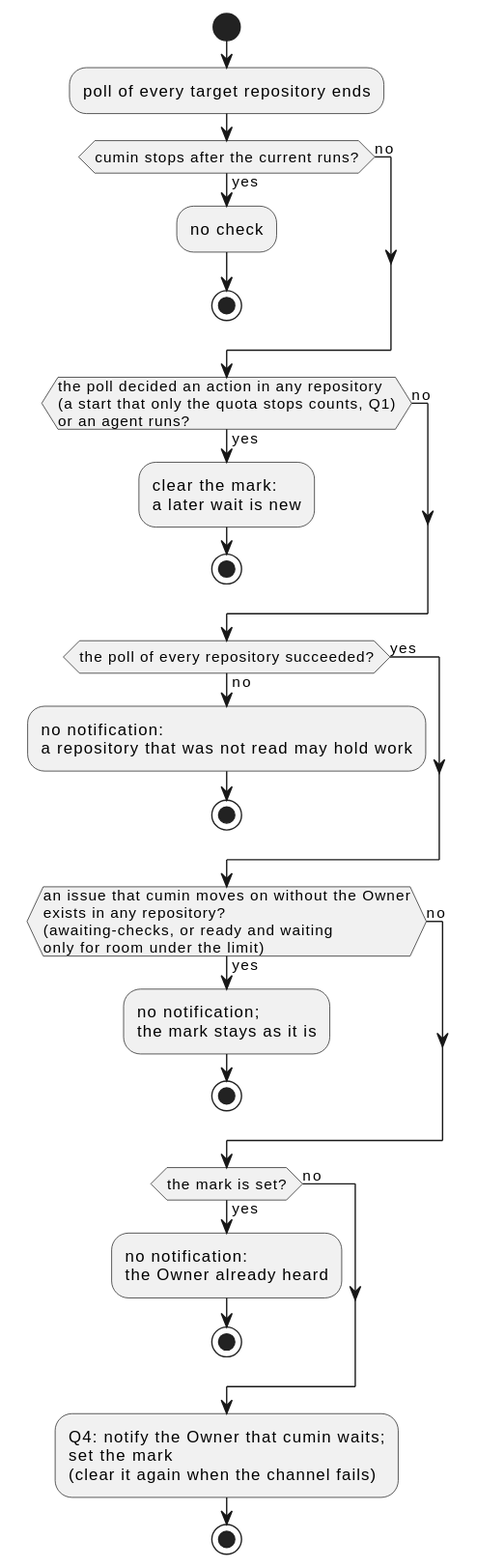
cloveclovedev/cumin-works keeps this PlantUML diagram as docs/ja/designs/quota-waiting.svg. Above is the earlier version. Source of this version:
```plantuml
@startuml
skinparam shadowing false
skinparam defaultFontName sans-serif

start
:poll of every target repository ends;
if (cumin stops after the current runs?) then (yes)
  :no check;
  stop
else (no)
endif
if (the poll decided an action in any repository\n(a start that only the quota stops counts, Q1)\nor an agent runs?) then (yes)
  :clear the mark:\na later wait is new;
  stop
else (no)
endif
if (the poll of every repository succeeded?) then (no)
  :no notification:\na repository that was not read may hold work;
  stop
else (yes)
endif
if (an issue that cumin moves on without the Owner\nexists in any repository?\n(awaiting-checks, or ready and waiting\nonly for room under the limit)) then (yes)
  :no notification;\nthe mark stays as it is;
  stop
else (no)
endif
if (the mark is set?) then (yes)
  :no notification:\nthe Owner already heard;
  stop
else (no)
endif
:Q4: notify the Owner that cumin waits;\nset the mark\n(clear it again when the channel fails);
stop
@enduml
```
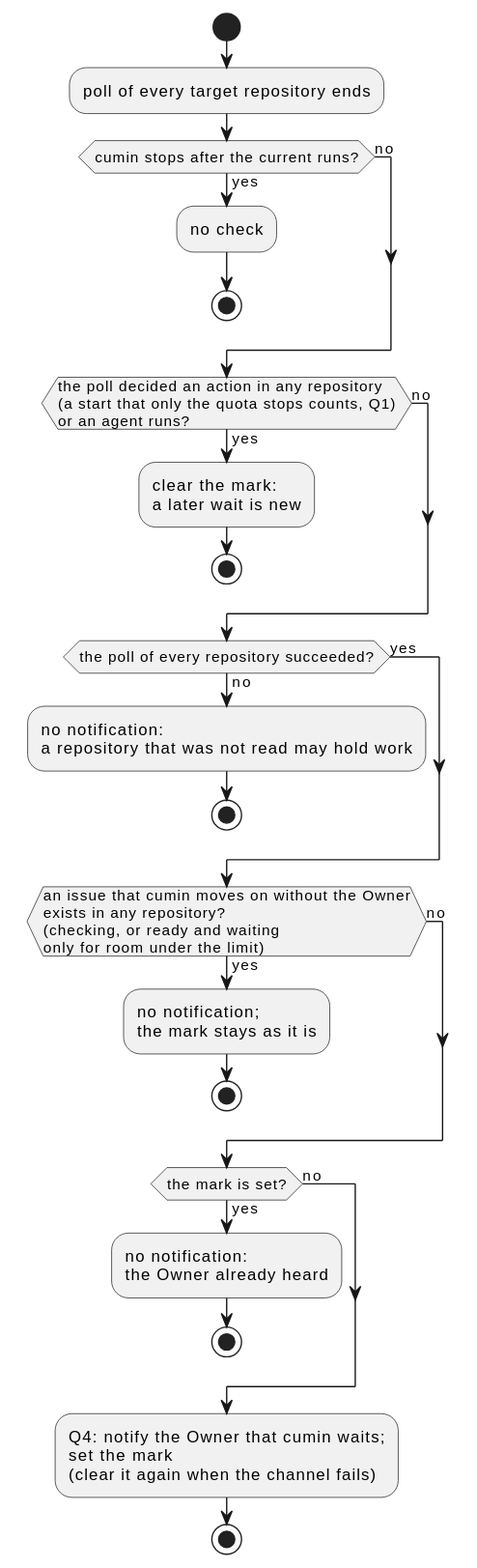
After the change.

What changed in the source:
```diff
@@ -19,7 +19,7 @@
   stop
 else (yes)
 endif
-if (an issue that cumin moves on without the Owner\nexists in any repository?\n(awaiting-checks, or ready and waiting\nonly for room under the limit)) then (yes)
+if (an issue that cumin moves on without the Owner\nexists in any repository?\n(checking, or ready and waiting\nonly for room under the limit)) then (yes)
   :no notification;\nthe mark stays as it is;
   stop
 else (no)
```
